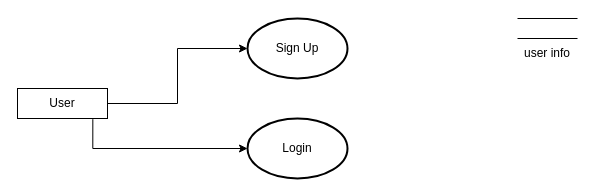
The draw.io diagram page "Page-1" (1 of 2) of Untitled Diagram.drawio in chetan-v/check, before the edit. Source tidied: cells renumbered, new cells numbered last; positions are measured from the earlier drawing's top-left corner, leaving out a move shared by most shapes. Both pictures are drawn from the tidied source at 100%, with x=0, y=0 at pixel (17, 18).
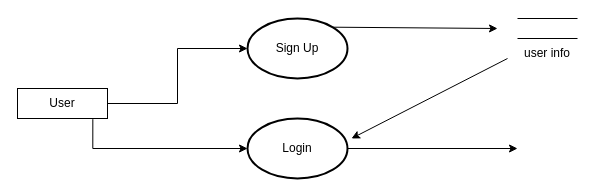
After the change.

What changed in the source:
```diff
@@
 <mxGraphModel>
   <root>
     <mxCell id="0" />
     <mxCell id="1" parent="0" />
     <mxCell id="2" value="Sign Up" style="strokeWidth=2;html=1;shape=mxgraph.flowchart.start_1;whiteSpace=wrap;" parent="1" vertex="1">
       <mxGeometry x="230" width="100" height="60" as="geometry" />
     </mxCell>
     <mxCell id="3" value="User" style="rounded=0;whiteSpace=wrap;html=1;" parent="1" vertex="1">
       <mxGeometry y="70" width="90" height="30" as="geometry" />
     </mxCell>
     <mxCell id="4" value="Login" style="strokeWidth=2;html=1;shape=mxgraph.flowchart.start_1;whiteSpace=wrap;" parent="1" vertex="1">
       <mxGeometry x="230" y="100" width="100" height="60" as="geometry" />
     </mxCell>
     <mxCell id="5" style="endArrow=classic;html=1;rounded=0;exitX=1;exitY=0.5;exitDx=0;exitDy=0;edgeStyle=orthogonalEdgeStyle;entryX=0;entryY=0.5;entryDx=0;entryDy=0;entryPerimeter=0;" parent="1" edge="1" source="3" target="2">
       <mxGeometry relative="1" as="geometry" />
     </mxCell>
     <mxCell id="6" style="endArrow=classic;html=1;rounded=0;edgeStyle=orthogonalEdgeStyle;exitX=0.837;exitY=1.022;exitDx=0;exitDy=0;exitPerimeter=0;entryX=0;entryY=0.5;entryDx=0;entryDy=0;entryPerimeter=0;" parent="1" edge="1" source="3" target="4">
       <mxGeometry relative="1" as="geometry" />
     </mxCell>
     <mxCell id="7" style="endArrow=none;html=1;rounded=0;" parent="1" edge="1">
       <mxGeometry relative="1" as="geometry">
         <mxPoint x="500" as="sourcePoint" />
         <mxPoint x="560" as="targetPoint" />
       </mxGeometry>
     </mxCell>
     <mxCell id="8" style="endArrow=none;html=1;rounded=0;" parent="1" edge="1">
       <mxGeometry relative="1" as="geometry">
         <mxPoint x="500" y="20" as="sourcePoint" />
         <mxPoint x="560" y="20" as="targetPoint" />
       </mxGeometry>
     </mxCell>
     <mxCell id="9" value="user info" style="text;html=1;strokeColor=none;fillColor=none;align=center;verticalAlign=middle;whiteSpace=wrap;rounded=0;" parent="1" vertex="1">
       <mxGeometry x="500" y="20" width="60" height="30" as="geometry" />
     </mxCell>
+    <mxCell id="10" style="endArrow=classic;html=1;rounded=0;exitX=0.855;exitY=0.145;exitDx=0;exitDy=0;exitPerimeter=0;" parent="1" edge="1" source="2">
+      <mxGeometry relative="1" as="geometry">
+        <mxPoint x="480" y="10" as="targetPoint" />
+      </mxGeometry>
+    </mxCell>
+    <mxCell id="11" style="endArrow=classic;html=1;rounded=0;entryX=1.04;entryY=0.333;entryDx=0;entryDy=0;entryPerimeter=0;" parent="1" edge="1" target="4">
+      <mxGeometry relative="1" as="geometry">
+        <mxPoint x="490" y="40" as="sourcePoint" />
+      </mxGeometry>
+    </mxCell>
+    <mxCell id="12" style="endArrow=classic;html=1;rounded=0;exitX=1;exitY=0.5;exitDx=0;exitDy=0;exitPerimeter=0;" parent="1" edge="1" source="4">
+      <mxGeometry relative="1" as="geometry">
+        <mxPoint x="500" y="130" as="targetPoint" />
+      </mxGeometry>
+    </mxCell>
   </root>
 </mxGraphModel>
```
